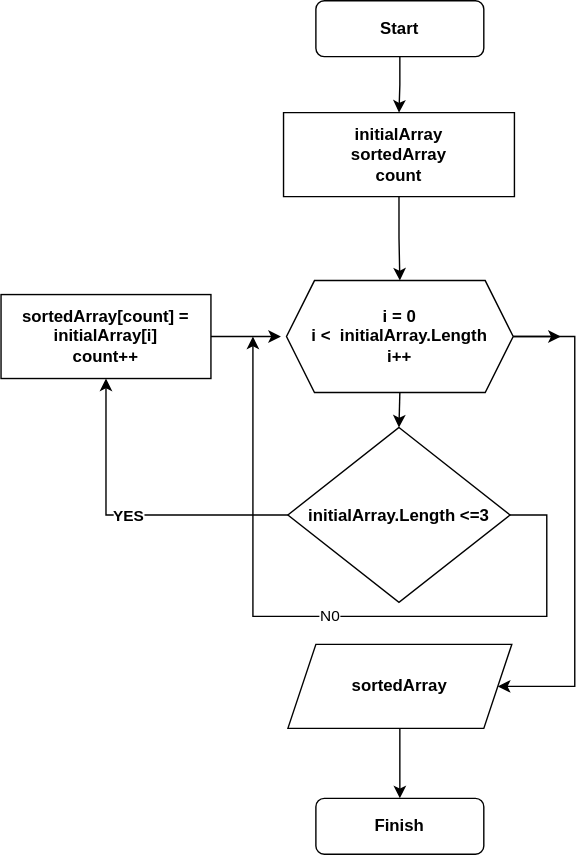
The draw.io diagram блок схема.drawio.svg in Segunok1/credit_work, before a commit. Source tidied: cells renumbered, new cells last; positions are measured from the earlier drawing's top-left corner, leaving out a move shared by most shapes.
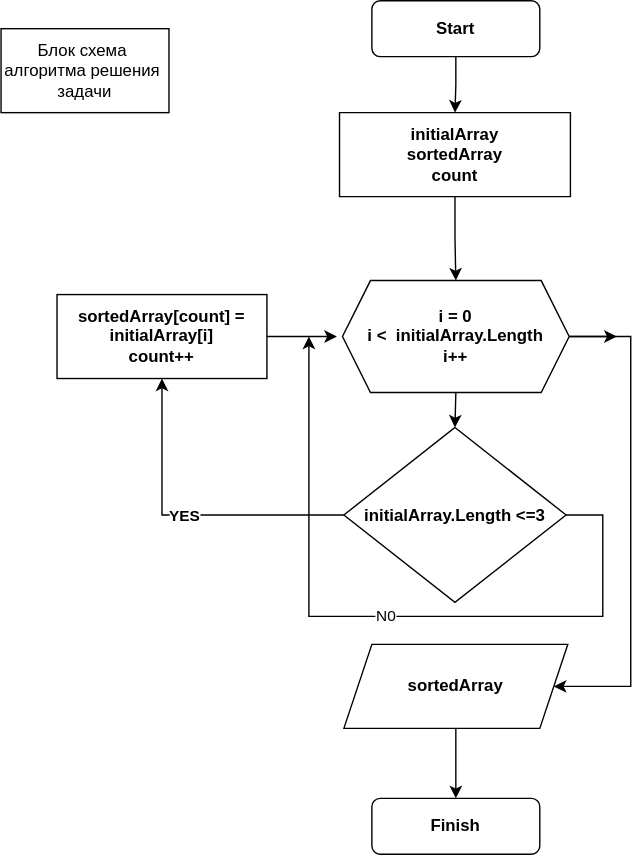
After the change.

Change to the diagram source:
```diff
@@ -66,5 +66,8 @@
     <mxCell id="17" value="initialArray&lt;br&gt;sortedArray&lt;br&gt;count" style="shape=parallelogram;perimeter=parallelogramPerimeter;whiteSpace=wrap;html=1;fixedSize=1;fontStyle=1;size=0;" parent="1" vertex="1">
       <mxGeometry x="201.9" y="80" width="165" height="60" as="geometry" />
     </mxCell>
+    <mxCell id="18" value="Блок схема&amp;nbsp; алгоритма решения&amp;nbsp;&lt;br&gt;задачи" style="rounded=0;whiteSpace=wrap;html=1;" parent="1" vertex="1">
+      <mxGeometry x="-40" y="20" width="120" height="60" as="geometry" />
+    </mxCell>
   </root>
 </mxGraphModel>
```
